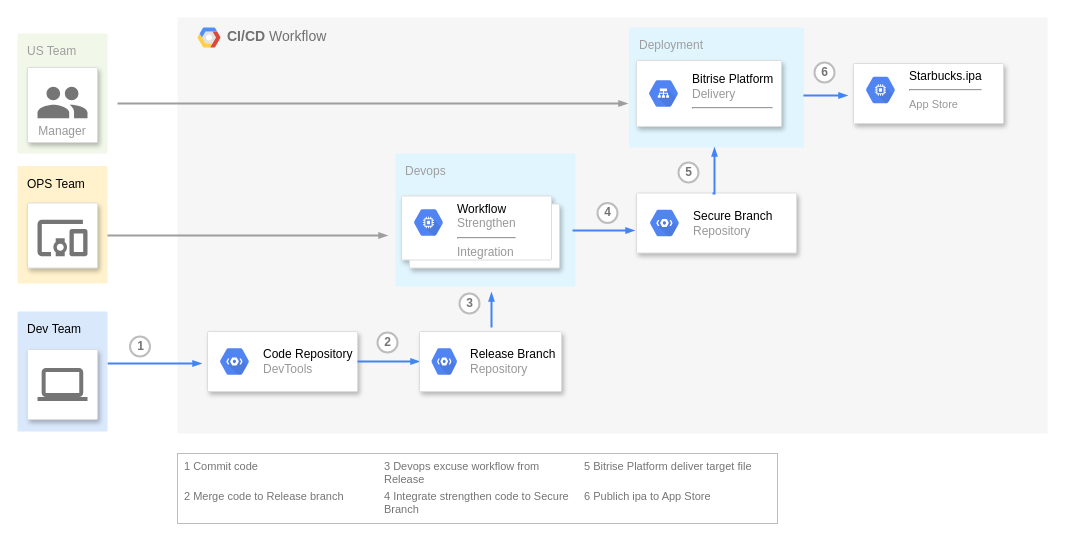
Arthurcsh/Draw.io keeps this draw.io diagram as Devops-CICD.drawio. Above is the earlier version. Source tidied: cells renumbered, new cells numbered last; positions are measured from the earlier drawing's top-left corner, leaving out a move shared by most shapes. Both pictures are drawn from the tidied source at 100%, with x=0, y=0 at pixel (17, 17).
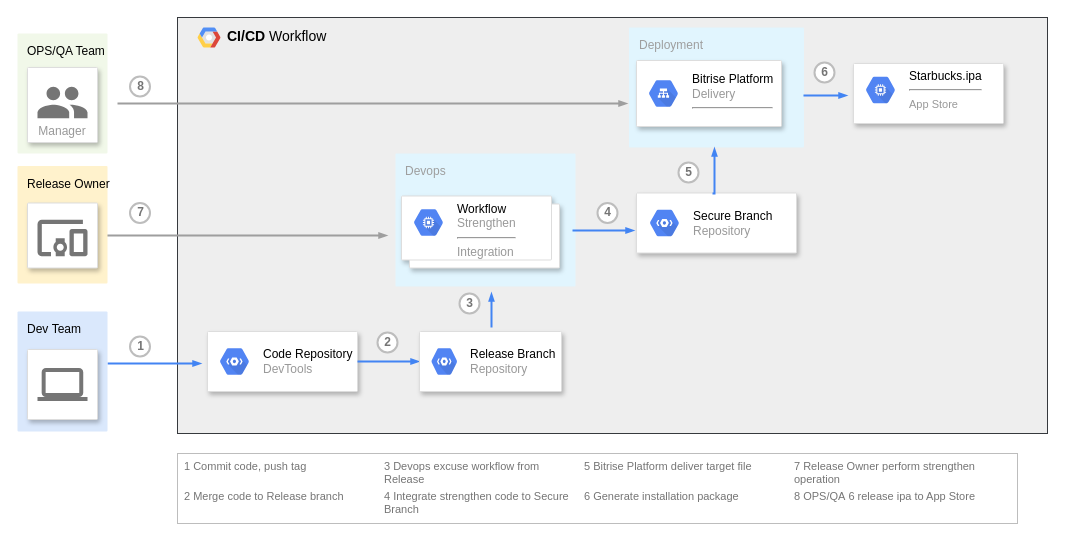
After the change.

Diff of the diagram source:
```diff
@@
-    <mxCell id="2" value="&lt;b&gt;CI/CD&lt;/b&gt;&amp;nbsp;Workflow" style="fillColor=#F6F6F6;strokeColor=none;shadow=0;gradientColor=none;fontSize=14;align=left;spacing=10;fontColor=#717171;9E9E9E;verticalAlign=top;spacingTop=-4;fontStyle=0;spacingLeft=40;html=1;" parent="1" vertex="1">
+    <mxCell id="2" value="&lt;b&gt;CI/CD&lt;/b&gt;&amp;nbsp;Workflow" style="shadow=0;fontSize=14;align=left;spacing=10;9E9E9E;verticalAlign=top;spacingTop=-4;fontStyle=0;spacingLeft=40;html=1;fillColor=#eeeeee;strokeColor=#36393d;" parent="1" vertex="1">
       <mxGeometry x="160" width="870" height="416" as="geometry" />
     </mxCell>
-    <mxCell id="3" value="US Team" style="rounded=1;absoluteArcSize=1;arcSize=2;html=1;strokeColor=none;gradientColor=none;shadow=0;dashed=0;strokeColor=none;fontSize=12;fontColor=#9E9E9E;align=left;verticalAlign=top;spacing=10;spacingTop=-4;fillColor=#F1F8E9;" parent="1" vertex="1">
+    <mxCell id="3" value="&lt;font color=&quot;#000000&quot;&gt;OPS/QA Team&lt;/font&gt;" style="rounded=1;absoluteArcSize=1;arcSize=2;html=1;strokeColor=none;gradientColor=none;shadow=0;dashed=0;strokeColor=none;fontSize=12;fontColor=#9E9E9E;align=left;verticalAlign=top;spacing=10;spacingTop=-4;fillColor=#F1F8E9;" parent="1" vertex="1">
       <mxGeometry y="16" width="90" height="120" as="geometry" />
     </mxCell>
@@
     <mxCell id="14" style="fillColor=#ffffff;strokeColor=#BDBDBD;strokeWidth=1;shadow=0;gradientColor=none;fontSize=10;fontColor=#9E9E9E;align=center;html=1;" parent="1" vertex="1">
-      <mxGeometry x="160" y="436" width="600" height="70" as="geometry" />
+      <mxGeometry x="160" y="436" width="840" height="70" as="geometry" />
     </mxCell>
-    <mxCell id="15" value="1 Commit code" style="strokeColor=none;fillColor=none;fontColor=#757575;align=left;html=1;fontStyle=0;spacingLeft=5;fontSize=11;verticalAlign=top;whiteSpace=wrap;spacingRight=5;" parent="14" vertex="1">
+    <mxCell id="15" value="1 Commit code, push tag" style="strokeColor=none;fillColor=none;fontColor=#757575;align=left;html=1;fontStyle=0;spacingLeft=5;fontSize=11;verticalAlign=top;whiteSpace=wrap;spacingRight=5;" parent="14" vertex="1">
       <mxGeometry width="200" height="30" relative="1" as="geometry" />
     </mxCell>
@@
-    <mxCell id="20" value="6 Publich ipa to App Store" style="strokeColor=none;fillColor=none;fontColor=#757575;align=left;html=1;fontStyle=0;spacingLeft=5;fontSize=11;verticalAlign=top;whiteSpace=wrap;spacingRight=5;" parent="14" vertex="1">
+    <mxCell id="20" value="6 Generate installation package" style="strokeColor=none;fillColor=none;fontColor=#757575;align=left;html=1;fontStyle=0;spacingLeft=5;fontSize=11;verticalAlign=top;whiteSpace=wrap;spacingRight=5;" parent="14" vertex="1">
       <mxGeometry width="200" height="30" relative="1" as="geometry">
         <mxPoint x="400" y="30" as="offset" />
       </mxGeometry>
     </mxCell>
+    <mxCell id="51" value="7 Release Owner perform strengthen operation&amp;nbsp;" style="strokeColor=none;fillColor=none;fontColor=#757575;align=left;html=1;fontStyle=0;spacingLeft=5;fontSize=11;verticalAlign=top;whiteSpace=wrap;spacingRight=5;" parent="14" vertex="1">
+      <mxGeometry x="610" width="220" height="30" as="geometry" />
+    </mxCell>
+    <mxCell id="52" value="8&amp;nbsp;OPS/QA&amp;nbsp;6 release ipa to App Store&amp;nbsp;&lt;br&gt;&amp;nbsp;" style="strokeColor=none;fillColor=none;fontColor=#757575;align=left;html=1;fontStyle=0;spacingLeft=5;fontSize=11;verticalAlign=top;whiteSpace=wrap;spacingRight=5;" parent="14" vertex="1">
+      <mxGeometry x="610" y="30" width="200" height="30" as="geometry" />
+    </mxCell>
-    <mxCell id="21" value="OPS Team" style="rounded=1;absoluteArcSize=1;arcSize=2;html=1;strokeColor=#d6b656;shadow=0;dashed=0;strokeColor=none;fontSize=12;align=left;verticalAlign=top;spacing=10;spacingTop=-4;fillColor=#fff2cc;" parent="1" vertex="1">
+    <mxCell id="21" value="Release Owner" style="rounded=1;absoluteArcSize=1;arcSize=2;html=1;strokeColor=#d6b656;shadow=0;dashed=0;strokeColor=none;fontSize=12;align=left;verticalAlign=top;spacing=10;spacingTop=-4;fillColor=#fff2cc;" parent="1" vertex="1">
       <mxGeometry y="148.5" width="90" height="117.5" as="geometry" />
     </mxCell>
@@
+    <mxCell id="53" value="7" style="shape=ellipse;fillColor=#ffffff;strokeColor=#BDBDBD;strokeWidth=2;shadow=0;gradientColor=none;fontColor=#757575;align=center;html=1;fontStyle=1;spacingTop=-1;" parent="1" vertex="1">
+      <mxGeometry x="112.5" y="185.5" width="20" height="20" as="geometry" />
+    </mxCell>
+    <mxCell id="54" value="8" style="shape=ellipse;fillColor=#ffffff;strokeColor=#BDBDBD;strokeWidth=2;shadow=0;gradientColor=none;fontColor=#757575;align=center;html=1;fontStyle=1;spacingTop=-1;" parent="1" vertex="1">
+      <mxGeometry x="112.5" y="59" width="20" height="20" as="geometry" />
+    </mxCell>
```
